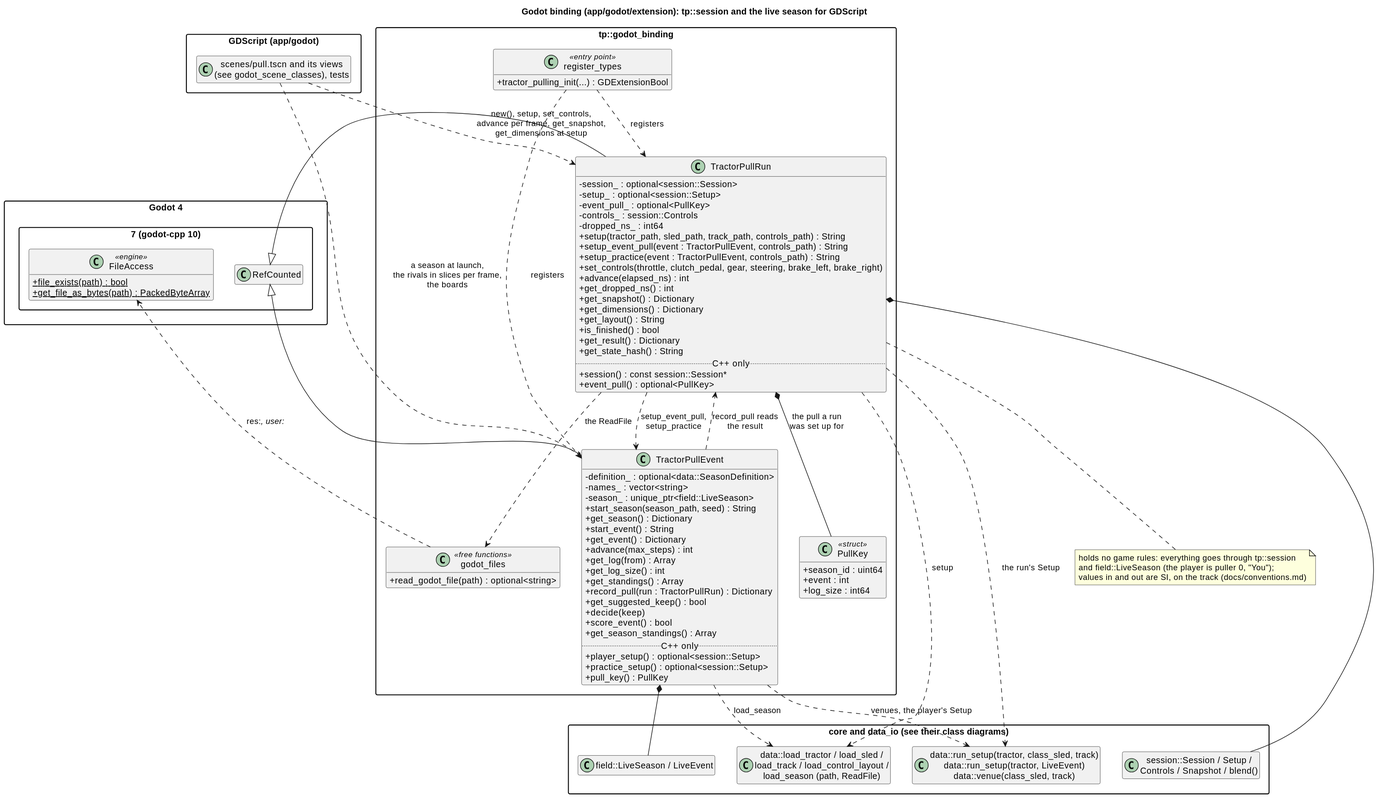
The PlantUML diagram docs/diagrams/svg/godot_classes.svg in wversteeg/TractorPulling, before a commit.
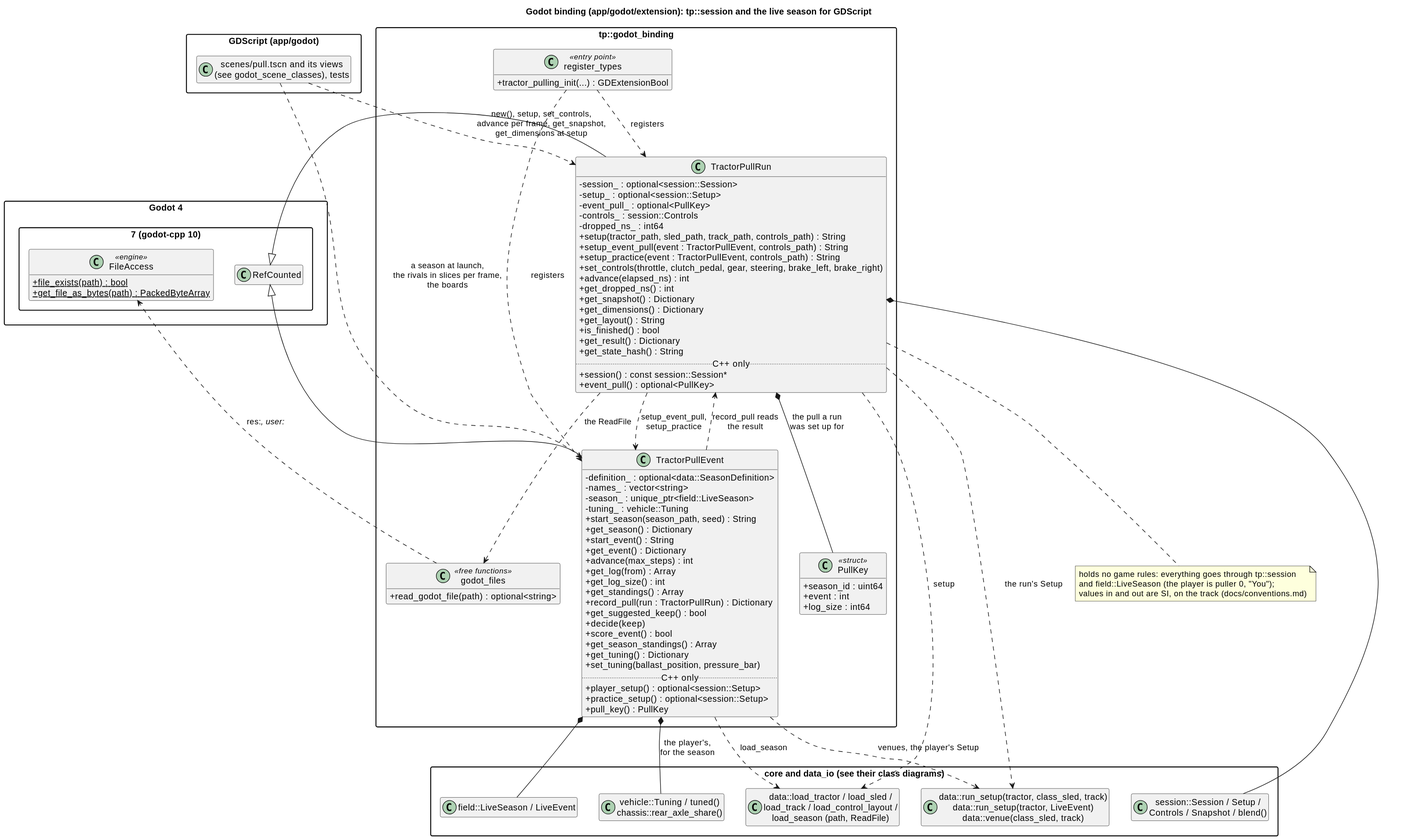
After the change.

Diff of the diagram source:
```diff
@@ -39,6 +39,7 @@
     -definition_ : optional<data::SeasonDefinition>
     -names_ : vector<string>
     -season_ : unique_ptr<field::LiveSeason>
+    -tuning_ : vehicle::Tuning
     +start_season(season_path, seed) : String
     +get_season() : Dictionary
     +start_event() : String
@@ -52,6 +53,8 @@
     +decide(keep)
     +score_event() : bool
     +get_season_standings() : Array
+    +get_tuning() : Dictionary
+    +set_tuning(ballast_position, pressure_bar)
     ..C++ only..
     +player_setup() : optional<session::Setup>
     +practice_setup() : optional<session::Setup>
@@ -76,6 +79,7 @@
   class "data::load_tractor / load_sled /\nload_track / load_control_layout /\nload_season (path, ReadFile)" as Loaders
   class "data::run_setup(tractor, class_sled, track)\ndata::run_setup(tractor, LiveEvent)\ndata::venue(class_sled, track)" as RunSetup
   class "field::LiveSeason / LiveEvent" as Live
+  class "vehicle::Tuning / tuned()\nchassis::rear_axle_share()" as Tuning
 }
 
 package "GDScript (app/godot)" {
@@ -87,6 +91,7 @@
 Register ..> TractorPullRun : registers
 Register ..> TractorPullEvent : registers
 TractorPullEvent *-- Live
+TractorPullEvent *-- Tuning : the player's,\nfor the season
 TractorPullEvent ..> Loaders : load_season
 TractorPullEvent ..> RunSetup : venues, the player's Setup
 TractorPullRun ..> TractorPullEvent : setup_event_pull,\nsetup_practice
```
